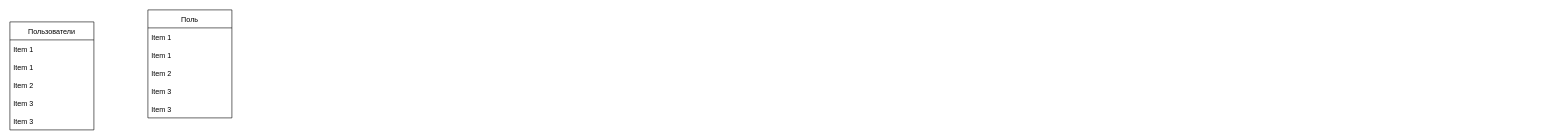
This is Диаграмма без названия.drawio from SpirikStar/ElectronicJournal-, a draw.io file, before an edit. Source tidied: cells renumbered, new cells numbered last; positions are measured from the earlier drawing's top-left corner, leaving out a move shared by most shapes. Both pictures are drawn from the tidied source at 60%, with x=0, y=0 at pixel (10, 10).
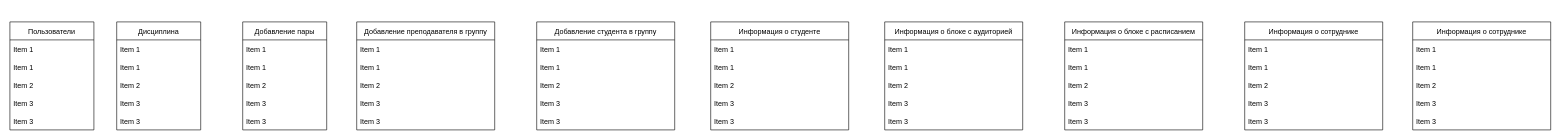
The same diagram, later.

Change to the diagram source:
```diff
@@
-    <mxCell id="8" value="Поль" style="swimlane;fontStyle=0;horizontal=1;startSize=30;" parent="1" vertex="1">
-      <mxGeometry x="230" width="140" height="180" as="geometry" />
-    </mxCell>
-    <mxCell id="9" value="Item 1" style="text;strokeColor=none;fillColor=none;align=left;verticalAlign=middle;spacingLeft=4;spacingRight=4;overflow=hidden;" parent="8" vertex="1">
-      <mxGeometry y="30" width="140" height="30" as="geometry" />
-    </mxCell>
-    <mxCell id="10" value="Item 1" style="text;strokeColor=none;fillColor=none;align=left;verticalAlign=middle;spacingLeft=4;spacingRight=4;overflow=hidden;" parent="8" vertex="1">
-      <mxGeometry y="60" width="140" height="30" as="geometry" />
-    </mxCell>
-    <mxCell id="11" value="Item 2" style="text;strokeColor=none;fillColor=none;align=left;verticalAlign=middle;spacingLeft=4;spacingRight=4;overflow=hidden;" parent="8" vertex="1">
-      <mxGeometry y="90" width="140" height="30" as="geometry" />
-    </mxCell>
-    <mxCell id="12" value="Item 3" style="text;strokeColor=none;fillColor=none;align=left;verticalAlign=middle;spacingLeft=4;spacingRight=4;overflow=hidden;" parent="8" vertex="1">
-      <mxGeometry y="120" width="140" height="30" as="geometry" />
-    </mxCell>
-    <mxCell id="13" value="Item 3" style="text;strokeColor=none;fillColor=none;align=left;verticalAlign=middle;spacingLeft=4;spacingRight=4;overflow=hidden;" parent="8" vertex="1">
-      <mxGeometry y="150" width="140" height="30" as="geometry" />
-    </mxCell>
+    <mxCell id="14" value="Дисциплина" style="swimlane;fontStyle=0;horizontal=1;startSize=30;" parent="1" vertex="1">
+      <mxGeometry x="178" y="20" width="140" height="180" as="geometry" />
+    </mxCell>
+    <mxCell id="15" value="Item 1" style="text;strokeColor=none;fillColor=none;align=left;verticalAlign=middle;spacingLeft=4;spacingRight=4;overflow=hidden;" parent="14" vertex="1">
+      <mxGeometry y="30" width="140" height="30" as="geometry" />
+    </mxCell>
+    <mxCell id="16" value="Item 1" style="text;strokeColor=none;fillColor=none;align=left;verticalAlign=middle;spacingLeft=4;spacingRight=4;overflow=hidden;" parent="14" vertex="1">
+      <mxGeometry y="60" width="140" height="30" as="geometry" />
+    </mxCell>
+    <mxCell id="17" value="Item 2" style="text;strokeColor=none;fillColor=none;align=left;verticalAlign=middle;spacingLeft=4;spacingRight=4;overflow=hidden;" parent="14" vertex="1">
+      <mxGeometry y="90" width="140" height="30" as="geometry" />
+    </mxCell>
+    <mxCell id="18" value="Item 3" style="text;strokeColor=none;fillColor=none;align=left;verticalAlign=middle;spacingLeft=4;spacingRight=4;overflow=hidden;" parent="14" vertex="1">
+      <mxGeometry y="120" width="140" height="30" as="geometry" />
+    </mxCell>
+    <mxCell id="19" value="Item 3" style="text;strokeColor=none;fillColor=none;align=left;verticalAlign=middle;spacingLeft=4;spacingRight=4;overflow=hidden;" parent="14" vertex="1">
+      <mxGeometry y="150" width="140" height="30" as="geometry" />
+    </mxCell>
+    <mxCell id="20" value="Добавление преподавателя в группу" style="swimlane;fontStyle=0;horizontal=1;startSize=30;" parent="1" vertex="1">
+      <mxGeometry x="578" y="20" width="230" height="180" as="geometry" />
+    </mxCell>
+    <mxCell id="21" value="Item 1" style="text;strokeColor=none;fillColor=none;align=left;verticalAlign=middle;spacingLeft=4;spacingRight=4;overflow=hidden;" parent="20" vertex="1">
+      <mxGeometry y="30" width="230" height="30" as="geometry" />
+    </mxCell>
+    <mxCell id="22" value="Item 1" style="text;strokeColor=none;fillColor=none;align=left;verticalAlign=middle;spacingLeft=4;spacingRight=4;overflow=hidden;" parent="20" vertex="1">
+      <mxGeometry y="60" width="230" height="30" as="geometry" />
+    </mxCell>
+    <mxCell id="23" value="Item 2" style="text;strokeColor=none;fillColor=none;align=left;verticalAlign=middle;spacingLeft=4;spacingRight=4;overflow=hidden;" parent="20" vertex="1">
+      <mxGeometry y="90" width="230" height="30" as="geometry" />
+    </mxCell>
+    <mxCell id="24" value="Item 3" style="text;strokeColor=none;fillColor=none;align=left;verticalAlign=middle;spacingLeft=4;spacingRight=4;overflow=hidden;" parent="20" vertex="1">
+      <mxGeometry y="120" width="230" height="30" as="geometry" />
+    </mxCell>
+    <mxCell id="25" value="Item 3" style="text;strokeColor=none;fillColor=none;align=left;verticalAlign=middle;spacingLeft=4;spacingRight=4;overflow=hidden;" parent="20" vertex="1">
+      <mxGeometry y="150" width="230" height="30" as="geometry" />
+    </mxCell>
+    <mxCell id="26" value="Добавление пары" style="swimlane;fontStyle=0;horizontal=1;startSize=30;" parent="1" vertex="1">
+      <mxGeometry x="388" y="20" width="140" height="180" as="geometry" />
+    </mxCell>
+    <mxCell id="27" value="Item 1" style="text;strokeColor=none;fillColor=none;align=left;verticalAlign=middle;spacingLeft=4;spacingRight=4;overflow=hidden;" parent="26" vertex="1">
+      <mxGeometry y="30" width="140" height="30" as="geometry" />
+    </mxCell>
+    <mxCell id="28" value="Item 1" style="text;strokeColor=none;fillColor=none;align=left;verticalAlign=middle;spacingLeft=4;spacingRight=4;overflow=hidden;" parent="26" vertex="1">
+      <mxGeometry y="60" width="140" height="30" as="geometry" />
+    </mxCell>
+    <mxCell id="29" value="Item 2" style="text;strokeColor=none;fillColor=none;align=left;verticalAlign=middle;spacingLeft=4;spacingRight=4;overflow=hidden;" parent="26" vertex="1">
+      <mxGeometry y="90" width="140" height="30" as="geometry" />
+    </mxCell>
+    <mxCell id="30" value="Item 3" style="text;strokeColor=none;fillColor=none;align=left;verticalAlign=middle;spacingLeft=4;spacingRight=4;overflow=hidden;" parent="26" vertex="1">
+      <mxGeometry y="120" width="140" height="30" as="geometry" />
+    </mxCell>
+    <mxCell id="31" value="Item 3" style="text;strokeColor=none;fillColor=none;align=left;verticalAlign=middle;spacingLeft=4;spacingRight=4;overflow=hidden;" parent="26" vertex="1">
+      <mxGeometry y="150" width="140" height="30" as="geometry" />
+    </mxCell>
+    <mxCell id="32" value="Добавление студента в группу" style="swimlane;fontStyle=0;horizontal=1;startSize=30;" parent="1" vertex="1">
+      <mxGeometry x="878" y="20" width="230" height="180" as="geometry" />
+    </mxCell>
+    <mxCell id="33" value="Item 1" style="text;strokeColor=none;fillColor=none;align=left;verticalAlign=middle;spacingLeft=4;spacingRight=4;overflow=hidden;" parent="32" vertex="1">
+      <mxGeometry y="30" width="230" height="30" as="geometry" />
+    </mxCell>
+    <mxCell id="34" value="Item 1" style="text;strokeColor=none;fillColor=none;align=left;verticalAlign=middle;spacingLeft=4;spacingRight=4;overflow=hidden;" parent="32" vertex="1">
+      <mxGeometry y="60" width="230" height="30" as="geometry" />
+    </mxCell>
+    <mxCell id="35" value="Item 2" style="text;strokeColor=none;fillColor=none;align=left;verticalAlign=middle;spacingLeft=4;spacingRight=4;overflow=hidden;" parent="32" vertex="1">
+      <mxGeometry y="90" width="230" height="30" as="geometry" />
+    </mxCell>
+    <mxCell id="36" value="Item 3" style="text;strokeColor=none;fillColor=none;align=left;verticalAlign=middle;spacingLeft=4;spacingRight=4;overflow=hidden;" parent="32" vertex="1">
+      <mxGeometry y="120" width="230" height="30" as="geometry" />
+    </mxCell>
+    <mxCell id="37" value="Item 3" style="text;strokeColor=none;fillColor=none;align=left;verticalAlign=middle;spacingLeft=4;spacingRight=4;overflow=hidden;" parent="32" vertex="1">
+      <mxGeometry y="150" width="230" height="30" as="geometry" />
+    </mxCell>
+    <mxCell id="38" value="Информация о студенте" style="swimlane;fontStyle=0;horizontal=1;startSize=30;" parent="1" vertex="1">
+      <mxGeometry x="1168" y="20" width="230" height="180" as="geometry" />
+    </mxCell>
+    <mxCell id="39" value="Item 1" style="text;strokeColor=none;fillColor=none;align=left;verticalAlign=middle;spacingLeft=4;spacingRight=4;overflow=hidden;" parent="38" vertex="1">
+      <mxGeometry y="30" width="230" height="30" as="geometry" />
+    </mxCell>
+    <mxCell id="40" value="Item 1" style="text;strokeColor=none;fillColor=none;align=left;verticalAlign=middle;spacingLeft=4;spacingRight=4;overflow=hidden;" parent="38" vertex="1">
+      <mxGeometry y="60" width="230" height="30" as="geometry" />
+    </mxCell>
+    <mxCell id="41" value="Item 2" style="text;strokeColor=none;fillColor=none;align=left;verticalAlign=middle;spacingLeft=4;spacingRight=4;overflow=hidden;" parent="38" vertex="1">
+      <mxGeometry y="90" width="230" height="30" as="geometry" />
+    </mxCell>
+    <mxCell id="42" value="Item 3" style="text;strokeColor=none;fillColor=none;align=left;verticalAlign=middle;spacingLeft=4;spacingRight=4;overflow=hidden;" parent="38" vertex="1">
+      <mxGeometry y="120" width="230" height="30" as="geometry" />
+    </mxCell>
+    <mxCell id="43" value="Item 3" style="text;strokeColor=none;fillColor=none;align=left;verticalAlign=middle;spacingLeft=4;spacingRight=4;overflow=hidden;" parent="38" vertex="1">
+      <mxGeometry y="150" width="230" height="30" as="geometry" />
+    </mxCell>
+    <mxCell id="44" value="Информация о блоке с аудиторией" style="swimlane;fontStyle=0;horizontal=1;startSize=30;" parent="1" vertex="1">
+      <mxGeometry x="1458" y="20" width="230" height="180" as="geometry" />
+    </mxCell>
+    <mxCell id="45" value="Item 1" style="text;strokeColor=none;fillColor=none;align=left;verticalAlign=middle;spacingLeft=4;spacingRight=4;overflow=hidden;" parent="44" vertex="1">
+      <mxGeometry y="30" width="230" height="30" as="geometry" />
+    </mxCell>
+    <mxCell id="46" value="Item 1" style="text;strokeColor=none;fillColor=none;align=left;verticalAlign=middle;spacingLeft=4;spacingRight=4;overflow=hidden;" parent="44" vertex="1">
+      <mxGeometry y="60" width="230" height="30" as="geometry" />
+    </mxCell>
+    <mxCell id="47" value="Item 2" style="text;strokeColor=none;fillColor=none;align=left;verticalAlign=middle;spacingLeft=4;spacingRight=4;overflow=hidden;" parent="44" vertex="1">
+      <mxGeometry y="90" width="230" height="30" as="geometry" />
+    </mxCell>
+    <mxCell id="48" value="Item 3" style="text;strokeColor=none;fillColor=none;align=left;verticalAlign=middle;spacingLeft=4;spacingRight=4;overflow=hidden;" parent="44" vertex="1">
+      <mxGeometry y="120" width="230" height="30" as="geometry" />
+    </mxCell>
+    <mxCell id="49" value="Item 3" style="text;strokeColor=none;fillColor=none;align=left;verticalAlign=middle;spacingLeft=4;spacingRight=4;overflow=hidden;" parent="44" vertex="1">
+      <mxGeometry y="150" width="230" height="30" as="geometry" />
+    </mxCell>
+    <mxCell id="50" value="Информация о блоке с расписанием" style="swimlane;fontStyle=0;horizontal=1;startSize=30;" parent="1" vertex="1">
+      <mxGeometry x="1758" y="20" width="230" height="180" as="geometry" />
+    </mxCell>
+    <mxCell id="51" value="Item 1" style="text;strokeColor=none;fillColor=none;align=left;verticalAlign=middle;spacingLeft=4;spacingRight=4;overflow=hidden;" parent="50" vertex="1">
+      <mxGeometry y="30" width="230" height="30" as="geometry" />
+    </mxCell>
+    <mxCell id="52" value="Item 1" style="text;strokeColor=none;fillColor=none;align=left;verticalAlign=middle;spacingLeft=4;spacingRight=4;overflow=hidden;" parent="50" vertex="1">
+      <mxGeometry y="60" width="230" height="30" as="geometry" />
+    </mxCell>
+    <mxCell id="53" value="Item 2" style="text;strokeColor=none;fillColor=none;align=left;verticalAlign=middle;spacingLeft=4;spacingRight=4;overflow=hidden;" parent="50" vertex="1">
+      <mxGeometry y="90" width="230" height="30" as="geometry" />
+    </mxCell>
+    <mxCell id="54" value="Item 3" style="text;strokeColor=none;fillColor=none;align=left;verticalAlign=middle;spacingLeft=4;spacingRight=4;overflow=hidden;" parent="50" vertex="1">
+      <mxGeometry y="120" width="230" height="30" as="geometry" />
+    </mxCell>
+    <mxCell id="55" value="Item 3" style="text;strokeColor=none;fillColor=none;align=left;verticalAlign=middle;spacingLeft=4;spacingRight=4;overflow=hidden;" parent="50" vertex="1">
+      <mxGeometry y="150" width="230" height="30" as="geometry" />
+    </mxCell>
+    <mxCell id="56" value="Информация о сотруднике" style="swimlane;fontStyle=0;horizontal=1;startSize=30;" parent="1" vertex="1">
+      <mxGeometry x="2058" y="20" width="230" height="180" as="geometry" />
+    </mxCell>
+    <mxCell id="57" value="Item 1" style="text;strokeColor=none;fillColor=none;align=left;verticalAlign=middle;spacingLeft=4;spacingRight=4;overflow=hidden;" parent="56" vertex="1">
+      <mxGeometry y="30" width="230" height="30" as="geometry" />
+    </mxCell>
+    <mxCell id="58" value="Item 1" style="text;strokeColor=none;fillColor=none;align=left;verticalAlign=middle;spacingLeft=4;spacingRight=4;overflow=hidden;" parent="56" vertex="1">
+      <mxGeometry y="60" width="230" height="30" as="geometry" />
+    </mxCell>
+    <mxCell id="59" value="Item 2" style="text;strokeColor=none;fillColor=none;align=left;verticalAlign=middle;spacingLeft=4;spacingRight=4;overflow=hidden;" parent="56" vertex="1">
+      <mxGeometry y="90" width="230" height="30" as="geometry" />
+    </mxCell>
+    <mxCell id="60" value="Item 3" style="text;strokeColor=none;fillColor=none;align=left;verticalAlign=middle;spacingLeft=4;spacingRight=4;overflow=hidden;" parent="56" vertex="1">
+      <mxGeometry y="120" width="230" height="30" as="geometry" />
+    </mxCell>
+    <mxCell id="61" value="Item 3" style="text;strokeColor=none;fillColor=none;align=left;verticalAlign=middle;spacingLeft=4;spacingRight=4;overflow=hidden;" parent="56" vertex="1">
+      <mxGeometry y="150" width="230" height="30" as="geometry" />
+    </mxCell>
+    <mxCell id="62" value="Информация о сотруднике" style="swimlane;fontStyle=0;horizontal=1;startSize=30;" parent="1" vertex="1">
+      <mxGeometry x="2338" y="20" width="230" height="180" as="geometry" />
+    </mxCell>
+    <mxCell id="63" value="Item 1" style="text;strokeColor=none;fillColor=none;align=left;verticalAlign=middle;spacingLeft=4;spacingRight=4;overflow=hidden;" parent="62" vertex="1">
+      <mxGeometry y="30" width="230" height="30" as="geometry" />
+    </mxCell>
+    <mxCell id="64" value="Item 1" style="text;strokeColor=none;fillColor=none;align=left;verticalAlign=middle;spacingLeft=4;spacingRight=4;overflow=hidden;" parent="62" vertex="1">
+      <mxGeometry y="60" width="230" height="30" as="geometry" />
+    </mxCell>
+    <mxCell id="65" value="Item 2" style="text;strokeColor=none;fillColor=none;align=left;verticalAlign=middle;spacingLeft=4;spacingRight=4;overflow=hidden;" parent="62" vertex="1">
+      <mxGeometry y="90" width="230" height="30" as="geometry" />
+    </mxCell>
+    <mxCell id="66" value="Item 3" style="text;strokeColor=none;fillColor=none;align=left;verticalAlign=middle;spacingLeft=4;spacingRight=4;overflow=hidden;" parent="62" vertex="1">
+      <mxGeometry y="120" width="230" height="30" as="geometry" />
+    </mxCell>
+    <mxCell id="67" value="Item 3" style="text;strokeColor=none;fillColor=none;align=left;verticalAlign=middle;spacingLeft=4;spacingRight=4;overflow=hidden;" parent="62" vertex="1">
+      <mxGeometry y="150" width="230" height="30" as="geometry" />
+    </mxCell>
```
